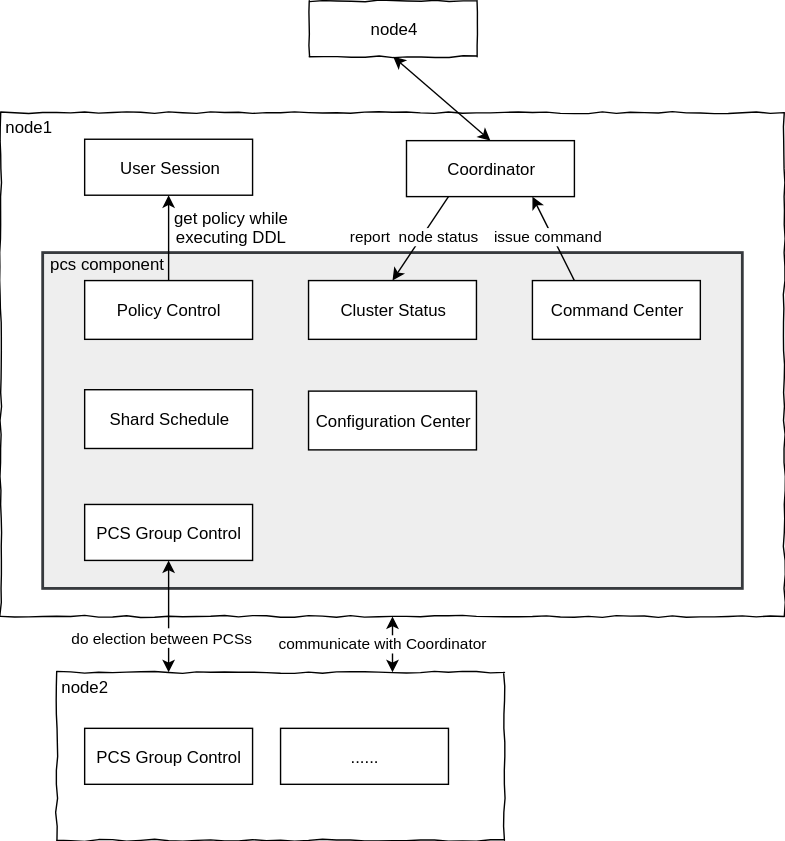
Above: attachments/1672728973669.drawio.svg in simbahebinbo/smallfat.github.io (draw.io), before the change. Source tidied: cells renumbered, new cells last; positions are measured from the earlier drawing's top-left corner, leaving out a move shared by most shapes.
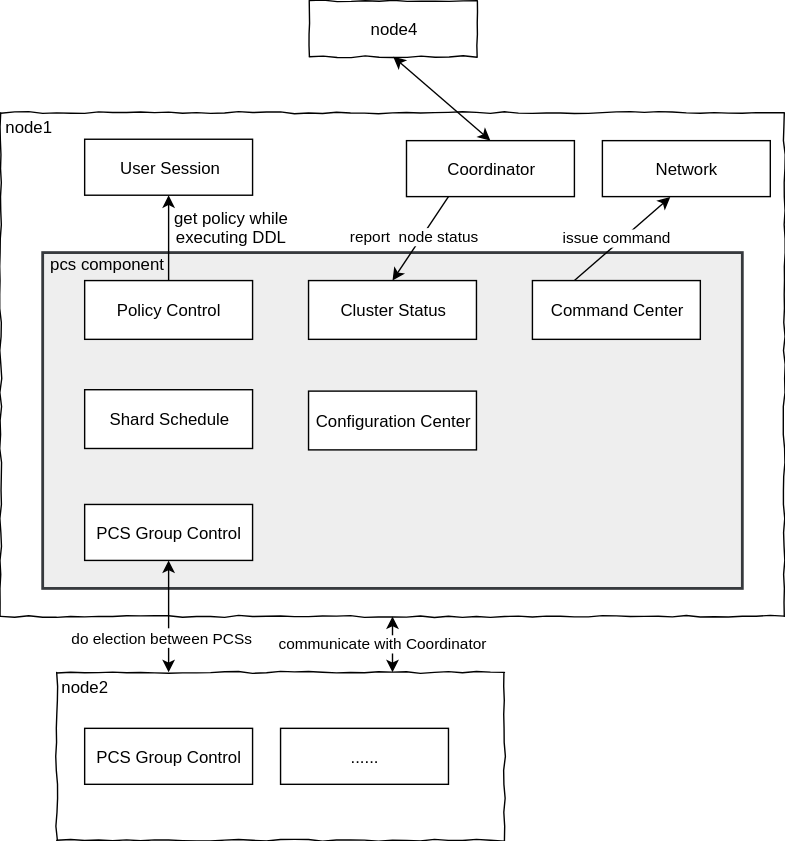
Later version of the same file.

Commit message:
添加附件 : attachments/1672728973669.drawio.svg

Diff of the diagram source:
```diff
@@ -47,7 +47,7 @@
     <mxCell id="16" value="get policy while executing DDL" style="text;html=1;strokeColor=none;fillColor=none;align=center;verticalAlign=middle;whiteSpace=wrap;rounded=0;" parent="1" vertex="1">
       <mxGeometry x="115" y="152" width="100" height="20" as="geometry" />
     </mxCell>
-    <mxCell id="17" value="issue command" style="endArrow=classic;html=1;exitX=0.25;exitY=0;exitDx=0;exitDy=0;entryX=0.75;entryY=1;entryDx=0;entryDy=0;strokeColor=#000000;" parent="1" edge="1" source="11" target="20">
+    <mxCell id="17" value="issue command" style="endArrow=classic;html=1;exitX=0.25;exitY=0;exitDx=0;exitDy=0;entryX=0.404;entryY=1.009;entryDx=0;entryDy=0;strokeColor=#000000;entryPerimeter=0;" parent="1" edge="1" source="11" target="27">
       <mxGeometry relative="1" as="geometry" />
     </mxCell>
     <mxCell id="18" value="node2" style="text;html=1;strokeColor=none;fillColor=none;align=center;verticalAlign=middle;whiteSpace=wrap;rounded=0;dashed=1;" parent="1" vertex="1">
@@ -77,5 +77,8 @@
     <mxCell id="26" value="&lt;span style=&quot;font-size: 11px&quot;&gt;do election between PCSs&lt;/span&gt;" style="text;html=1;align=center;verticalAlign=middle;labelBackgroundColor=#ffffff;" parent="25" vertex="1">
       <mxGeometry x="-0.38" y="-1" relative="1" as="geometry" />
     </mxCell>
+    <mxCell id="27" value="Network" style="rounded=0;whiteSpace=wrap;html=1;fillColor=#FFFFFF;" parent="1" vertex="1">
+      <mxGeometry x="430" y="100" width="120" height="40" as="geometry" />
+    </mxCell>
   </root>
 </mxGraphModel>
```
